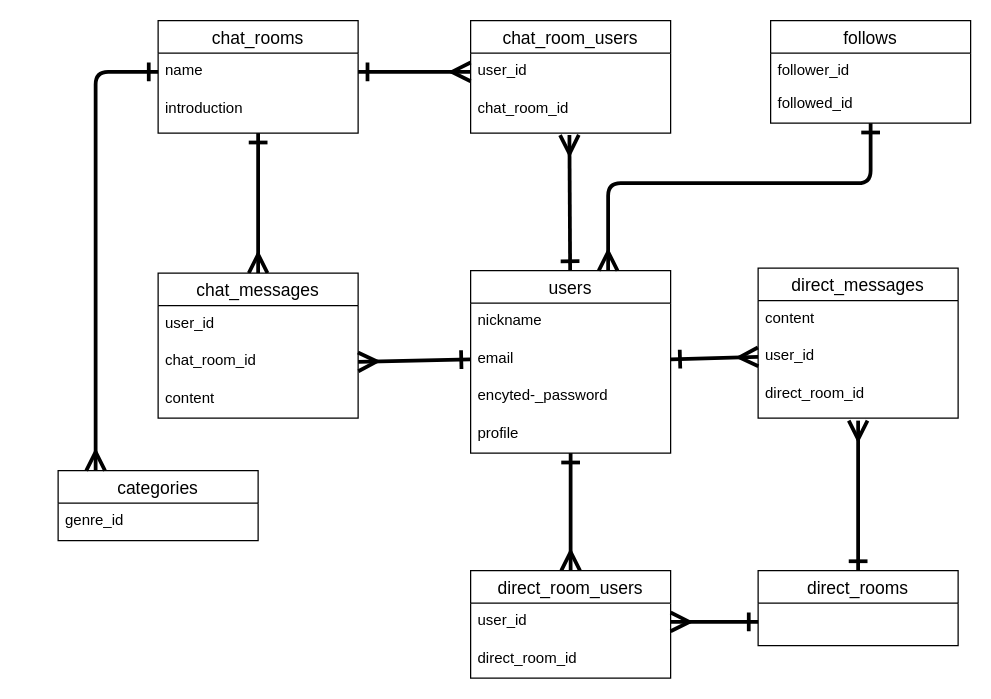
Above: page "ページ1" (1 of 2) of データベース設計.dio in MAXIM-kn/shumitomo-app (draw.io), before the change. Source tidied: cells renumbered, new cells numbered last; positions are measured from the earlier drawing's top-left corner, leaving out a move shared by most shapes. Both pictures are drawn from the tidied source at 125%, with x=0, y=0 at pixel (58, 20).
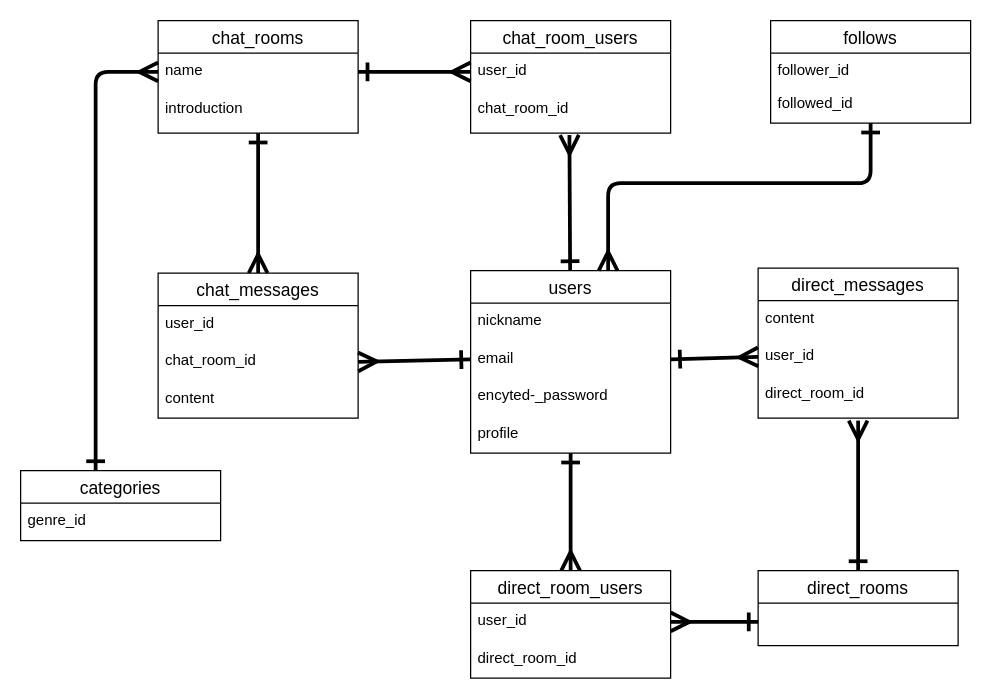
After the change.

Unchanged cells that the change refers to:
```xml
<mxCell id="9" value="name" style="text;strokeColor=none;fillColor=none;spacingLeft=4;spacingRight=4;overflow=hidden;points=[[0,0.5],[1,0.5]];portConstraint=eastwest;fontSize=12;" parent="8" vertex="1">
  <mxGeometry y="26" width="160" height="30" as="geometry" />
</mxCell>
```

Diff of the diagram source:
```diff
@@
     <mxCell id="37" value="categories" style="swimlane;fontStyle=0;horizontal=1;startSize=26;align=center;fontSize=14;" parent="1" vertex="1">
-      <mxGeometry y="360" width="160" height="56" as="geometry" />
+      <mxGeometry x="-30" y="360" width="160" height="56" as="geometry" />
     </mxCell>
@@
-    <mxCell id="39" style="edgeStyle=none;html=1;exitX=0;exitY=0.5;exitDx=0;exitDy=0;startArrow=ERone;startFill=0;endArrow=ERmany;endFill=0;startSize=11;endSize=11;strokeWidth=3;" parent="1" edge="1" source="9">
+    <mxCell id="39" style="edgeStyle=none;html=1;exitX=0;exitY=0.5;exitDx=0;exitDy=0;startArrow=ERmany;startFill=0;endArrow=ERone;endFill=0;startSize=11;endSize=11;strokeWidth=3;" parent="1" edge="1" source="9">
       <mxGeometry relative="1" as="geometry">
         <mxPoint x="30" y="360" as="targetPoint" />
         <Array as="points">
           <mxPoint x="30" y="41" />
         </Array>
       </mxGeometry>
     </mxCell>
```
